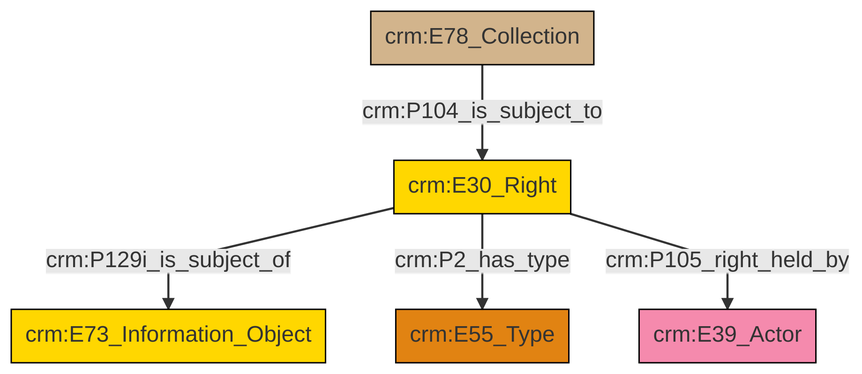
This is et/archivalCSV/ttl/mmd/png/archival_rights.png from swiss-art-research-net/docs.swissartresearch, a Mermaid export, as it was before one commit. Its source is kept beside it as et/archivalCSV/ttl/mmd/archival_rights.ttl.mmd.
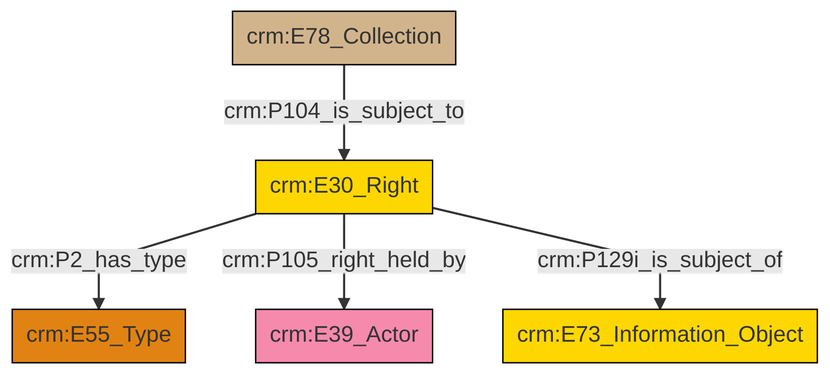
Above is the later version.

Diff of the diagram source:
```diff
@@ -13,7 +13,7 @@
 classDef PC_Classes fill:#4ce600, stroke:#000000;
 classDef Multi fill:#cccccc,stroke:#000000;
 
-2["crm:E30_Right"]:::Conceptual_Object -->|crm:P129i_is_subject_of| 4["crm:E73_Information_Object"]:::Conceptual_Object
-2["crm:E30_Right"]:::Conceptual_Object -->|crm:P2_has_type| 6["crm:E55_Type"]:::Type
-7["crm:E78_Collection"]:::Physical_Thing -->|crm:P104_is_subject_to| 2["crm:E30_Right"]:::Conceptual_Object
-2["crm:E30_Right"]:::Conceptual_Object -->|crm:P105_right_held_by| 0["crm:E39_Actor"]:::Actor
+0["crm:E78_Collection"]:::Physical_Thing -->|crm:P104_is_subject_to| 1["crm:E30_Right"]:::Conceptual_Object
+1["crm:E30_Right"]:::Conceptual_Object -->|crm:P2_has_type| 2["crm:E55_Type"]:::Type
+1["crm:E30_Right"]:::Conceptual_Object -->|crm:P105_right_held_by| 3["crm:E39_Actor"]:::Actor
+1["crm:E30_Right"]:::Conceptual_Object -->|crm:P129i_is_subject_of| 5["crm:E73_Information_Object"]:::Conceptual_Object
```
